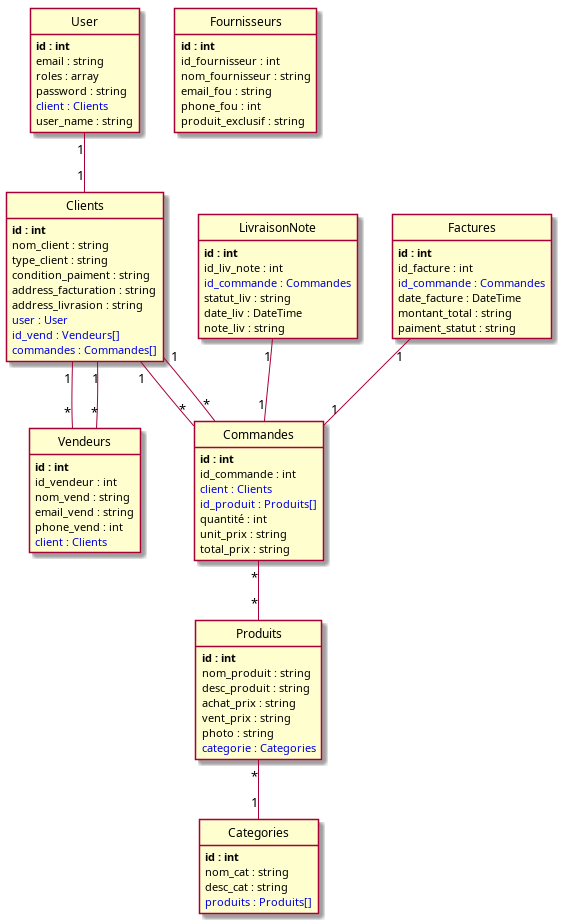
Above: puml/index.png in NasiraNaiby/sf_green_village_v2 (PlantUML), before the change. Its source is kept beside it as puml/index.puml.
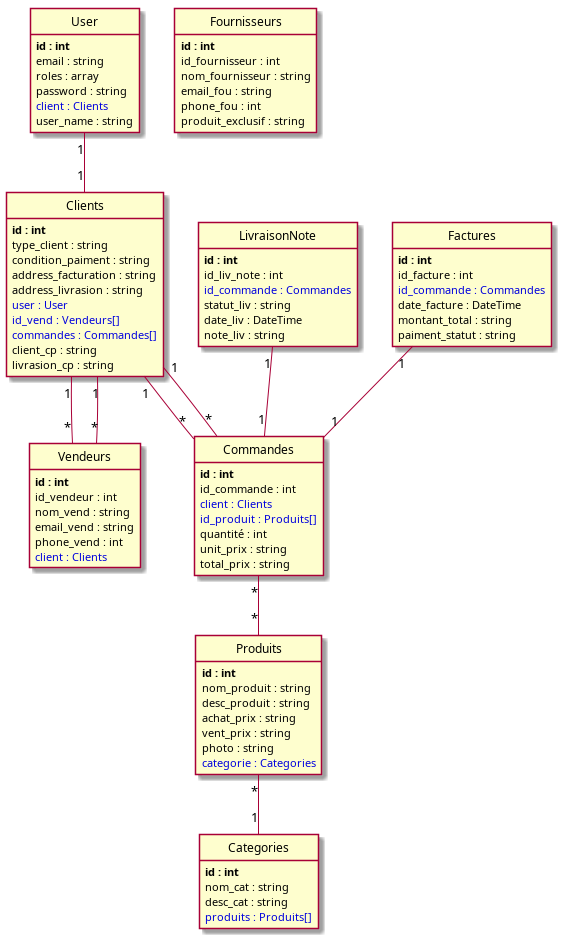
After the commit.

Diff of the diagram source:
```diff
@@ -38,7 +38,6 @@
 
 class Clients {
 	**id : int**
-	nom_client : string
 	type_client : string
 	condition_paiment : string
 	address_facturation : string
@@ -46,6 +45,8 @@
 	<color:#0000dd>user : User</color>
 	<color:#0000dd>id_vend : Vendeurs[]</color>
 	<color:#0000dd>commandes : Commandes[]</color>
+	client_cp : string
+	livrasion_cp : string
 }
 
 class Factures {
```
